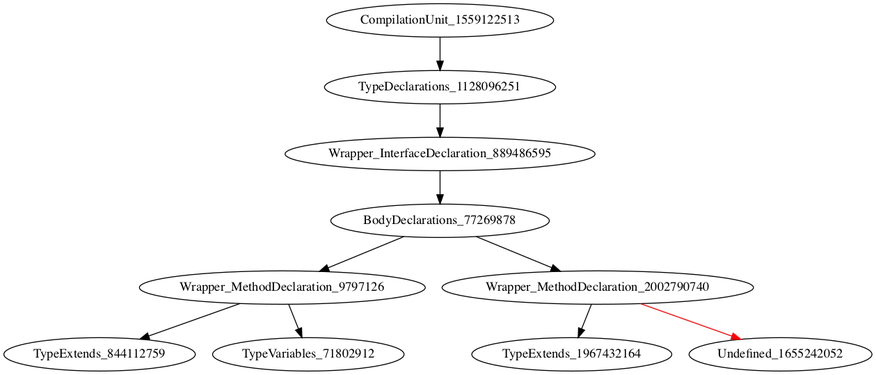
Before: holeAST.png, a diagram exported from Graphviz (icse2023material/VoiceJava). Its source is kept beside it as holeAST.dot.
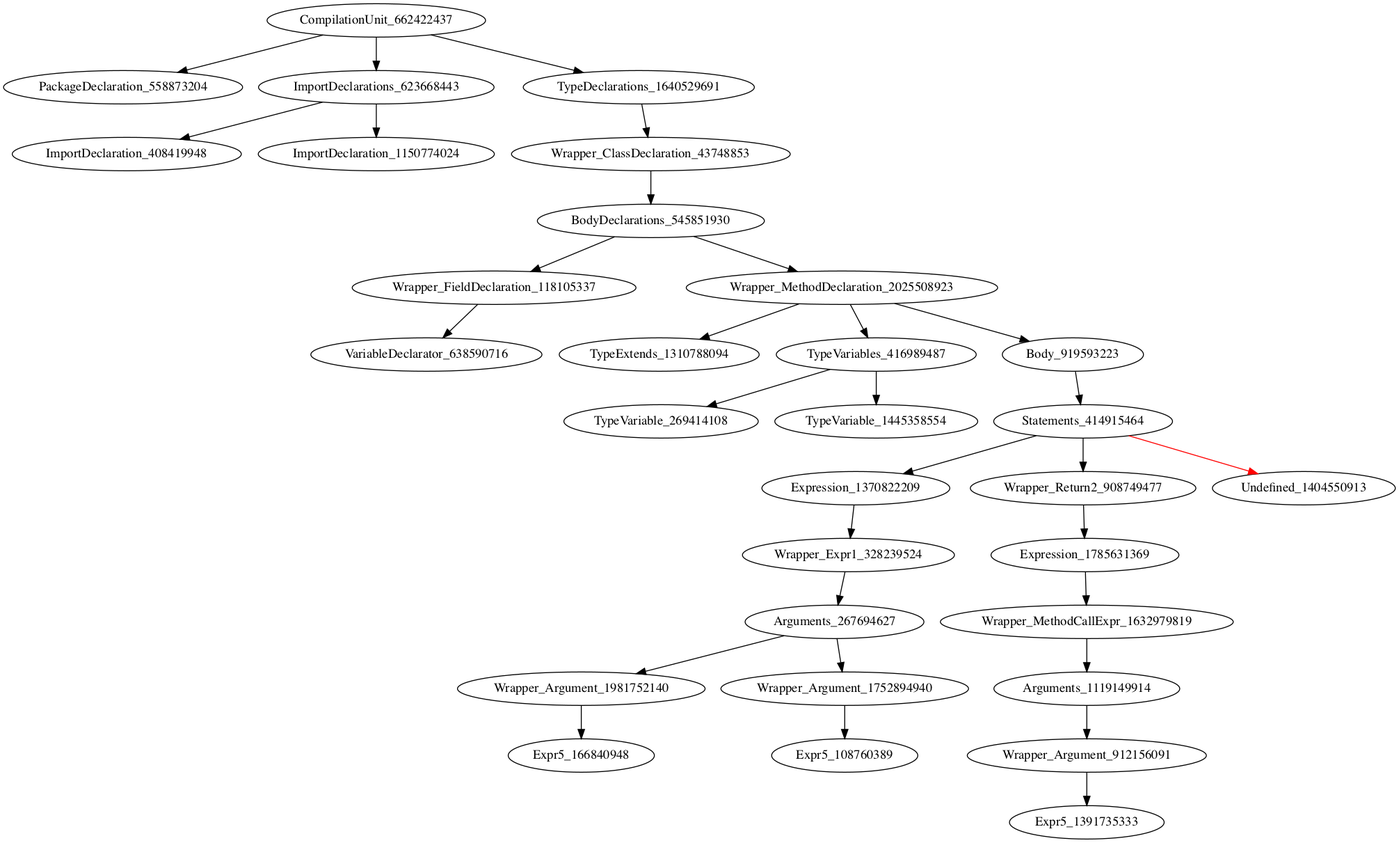
The same file after the commit.

Commit message:
[refactor] of return1, return2, let1 and let2

What changed in the source:
```diff
@@ -1,11 +1,32 @@
 digraph {
-CompilationUnit_1559122513 -> TypeDeclarations_1128096251
-TypeDeclarations_1128096251 -> Wrapper_InterfaceDeclaration_889486595
-Wrapper_InterfaceDeclaration_889486595 -> BodyDeclarations_77269878
-BodyDeclarations_77269878 -> Wrapper_MethodDeclaration_9797126
-BodyDeclarations_77269878 -> Wrapper_MethodDeclaration_2002790740
-Wrapper_MethodDeclaration_9797126 -> TypeExtends_844112759
-Wrapper_MethodDeclaration_9797126 -> TypeVariables_71802912
-Wrapper_MethodDeclaration_2002790740 -> TypeExtends_1967432164
-Wrapper_MethodDeclaration_2002790740 -> Undefined_1655242052 [color = red]
+CompilationUnit_662422437 -> PackageDeclaration_558873204
+CompilationUnit_662422437 -> ImportDeclarations_623668443
+CompilationUnit_662422437 -> TypeDeclarations_1640529691
+ImportDeclarations_623668443 -> ImportDeclaration_408419948
+ImportDeclarations_623668443 -> ImportDeclaration_1150774024
+TypeDeclarations_1640529691 -> Wrapper_ClassDeclaration_43748853
+Wrapper_ClassDeclaration_43748853 -> BodyDeclarations_545851930
+BodyDeclarations_545851930 -> Wrapper_FieldDeclaration_118105337
+BodyDeclarations_545851930 -> Wrapper_MethodDeclaration_2025508923
+Wrapper_FieldDeclaration_118105337 -> VariableDeclarator_638590716
+Wrapper_MethodDeclaration_2025508923 -> TypeExtends_1310788094
+Wrapper_MethodDeclaration_2025508923 -> TypeVariables_416989487
+Wrapper_MethodDeclaration_2025508923 -> Body_919593223
+TypeVariables_416989487 -> TypeVariable_269414108
+TypeVariables_416989487 -> TypeVariable_1445358554
+Body_919593223 -> Statements_414915464
+Statements_414915464 -> Expression_1370822209
+Statements_414915464 -> Wrapper_Return2_908749477
+Statements_414915464 -> Undefined_1404550913 [color = red]
+Expression_1370822209 -> Wrapper_Expr1_328239524
+Wrapper_Return2_908749477 -> Expression_1785631369
+Wrapper_Expr1_328239524 -> Arguments_267694627
+Expression_1785631369 -> Wrapper_MethodCallExpr_1632979819
+Arguments_267694627 -> Wrapper_Argument_1981752140
+Arguments_267694627 -> Wrapper_Argument_1752894940
+Wrapper_MethodCallExpr_1632979819 -> Arguments_1119149914
+Wrapper_Argument_1981752140 -> Expr5_166840948
+Wrapper_Argument_1752894940 -> Expr5_108760389
+Arguments_1119149914 -> Wrapper_Argument_912156091
+Wrapper_Argument_912156091 -> Expr5_1391735333
 }
```
